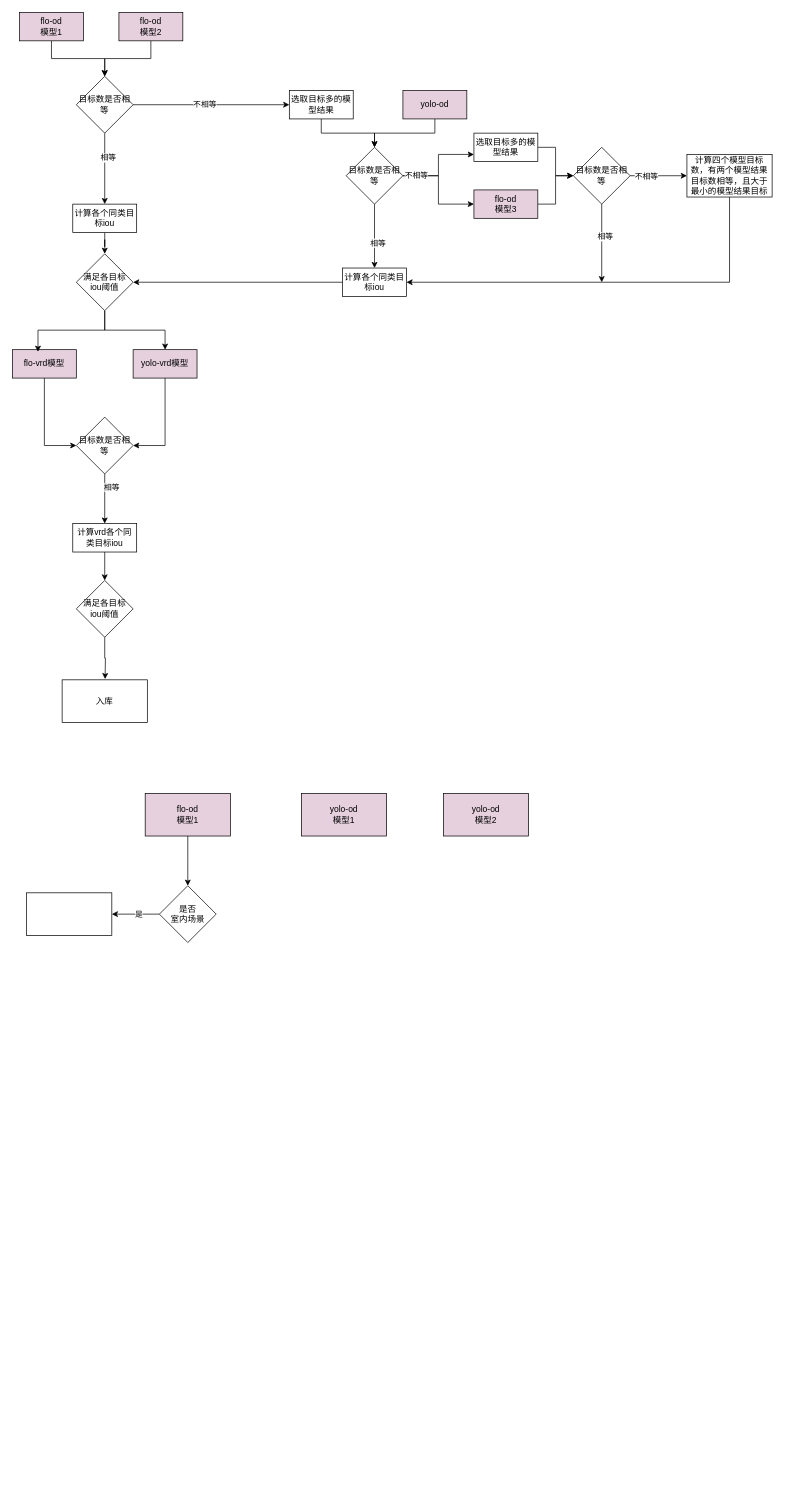
xiazi-yu/triton-server-read keeps this draw.io diagram as 标注工具.drawio. Above is the earlier version. Source tidied: cells renumbered, new cells numbered last; positions are measured from the earlier drawing's top-left corner, leaving out a move shared by most shapes. Both pictures are drawn from the tidied source at 71%, with x=0, y=0 at pixel (12, 12).
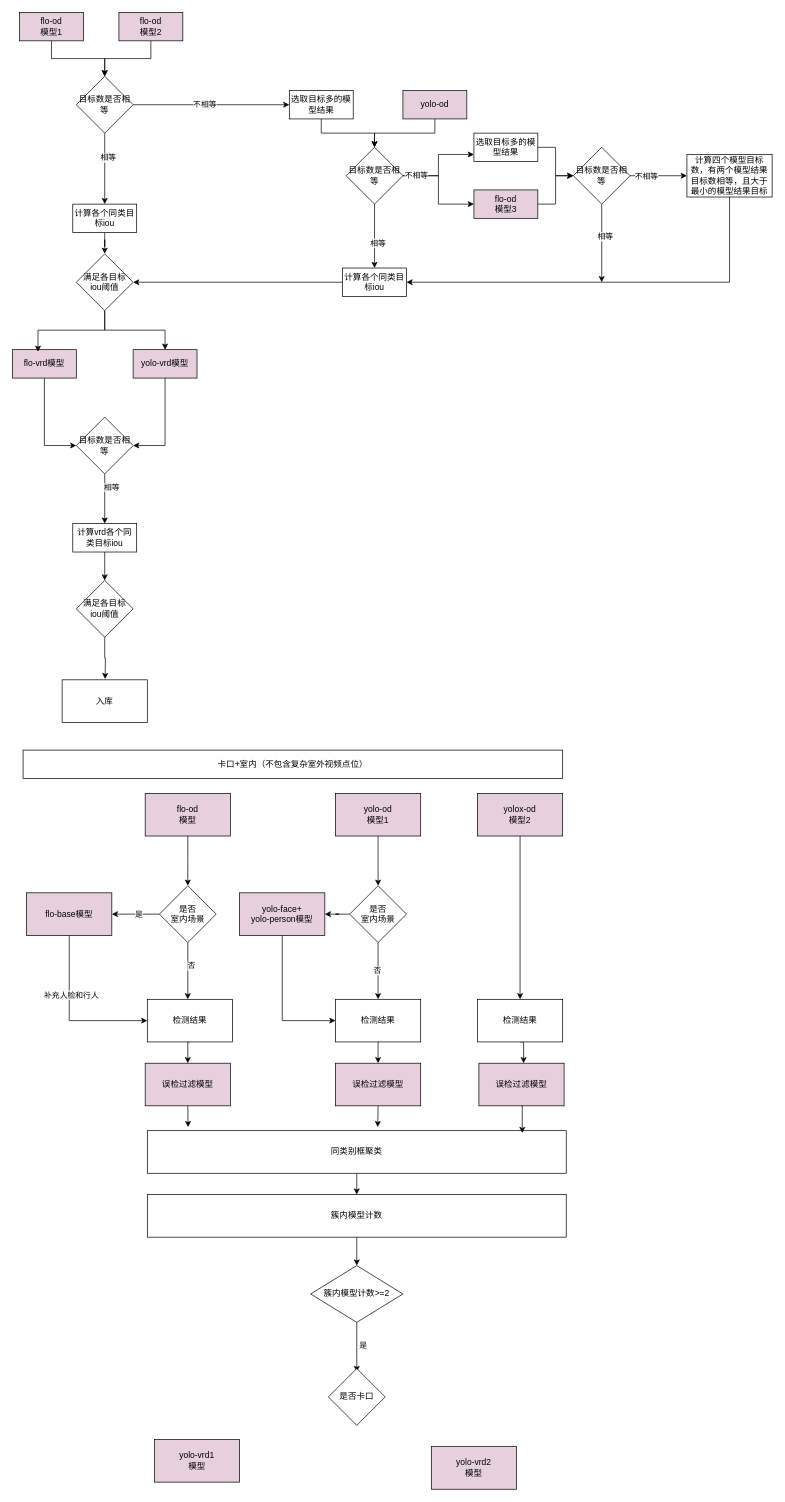
The same page after the edit.

Commit message (it also covers changes not shown here):
更新标注工具.drawio

Unchanged cells that the change refers to:
```xml
<mxCell id="57" value="是否&lt;div&gt;室内场景&lt;/div&gt;" style="rhombus;whiteSpace=wrap;html=1;" parent="1" vertex="1">
  <mxGeometry x="207" y="1230" width="80" height="80" as="geometry" />
</mxCell>
```

What changed in the source:
```diff
@@
-    <mxCell id="52" value="flo-od&lt;div&gt;模型1&lt;/div&gt;" style="rounded=0;whiteSpace=wrap;html=1;fillColor=#E6D0DE;" parent="1" vertex="1">
+    <mxCell id="52" value="flo-od&lt;div&gt;模型&lt;/div&gt;" style="rounded=0;whiteSpace=wrap;html=1;fillColor=#E6D0DE;" parent="1" vertex="1">
       <mxGeometry x="187" y="1100" width="120" height="60" as="geometry" />
     </mxCell>
+    <mxCell id="59" style="edgeStyle=orthogonalEdgeStyle;rounded=0;jettySize=auto;html=1;" parent="1" edge="1" source="53" target="72">
+      <mxGeometry relative="1" as="geometry" />
+    </mxCell>
     <mxCell id="53" value="yolo-od&lt;div&gt;模型1&lt;/div&gt;" style="rounded=0;whiteSpace=wrap;html=1;fillColor=#E6D0DE;" parent="1" vertex="1">
-      <mxGeometry x="407" y="1100" width="120" height="60" as="geometry" />
+      <mxGeometry x="455" y="1100" width="120" height="60" as="geometry" />
     </mxCell>
+    <mxCell id="60" style="edgeStyle=orthogonalEdgeStyle;rounded=0;jettySize=auto;html=1;exitX=0.5;exitY=1;exitDx=0;exitDy=0;entryX=0.5;entryY=0;entryDx=0;entryDy=0;" parent="1" edge="1" source="54" target="77">
+      <mxGeometry relative="1" as="geometry" />
+    </mxCell>
-    <mxCell id="54" value="yolo-od&lt;div&gt;模型2&lt;/div&gt;" style="rounded=0;whiteSpace=wrap;html=1;fillColor=#E6D0DE;" parent="1" vertex="1">
-      <mxGeometry x="607" y="1100" width="120" height="60" as="geometry" />
+    <mxCell id="54" value="yolox-od&lt;div&gt;模型2&lt;/div&gt;" style="rounded=0;whiteSpace=wrap;html=1;fillColor=#E6D0DE;" parent="1" vertex="1">
+      <mxGeometry x="655" y="1100" width="120" height="60" as="geometry" />
     </mxCell>
@@
+    <mxCell id="61" style="edgeStyle=orthogonalEdgeStyle;rounded=0;jettySize=auto;html=1;" parent="1" edge="1" source="57">
+      <mxGeometry relative="1" as="geometry">
+        <mxPoint x="247" y="1390" as="targetPoint" />
+      </mxGeometry>
+    </mxCell>
+    <mxCell id="62" value="否" style="edgeLabel;html=1;align=center;verticalAlign=middle;" parent="61" vertex="1">
+      <mxGeometry x="-0.21" y="4" relative="1" as="geometry" />
+    </mxCell>
@@
+    <mxCell id="63" style="edgeStyle=orthogonalEdgeStyle;rounded=0;jettySize=auto;html=1;exitX=0.5;exitY=1;exitDx=0;exitDy=0;entryX=0;entryY=0.5;entryDx=0;entryDy=0;" parent="1" edge="1" source="58" target="66">
+      <mxGeometry relative="1" as="geometry" />
+    </mxCell>
+    <mxCell id="64" value="补充人脸和行人" style="edgeLabel;html=1;align=center;verticalAlign=middle;" parent="63" vertex="1">
+      <mxGeometry x="-0.28" y="2" relative="1" as="geometry" />
+    </mxCell>
-    <mxCell id="58" style="rounded=0;whiteSpace=wrap;html=1;" parent="1" vertex="1">
+    <mxCell id="58" value="flo-base模型" style="rounded=0;whiteSpace=wrap;html=1;fillColor=#E6D0DE;" parent="1" vertex="1">
       <mxGeometry x="20" y="1240" width="120" height="60" as="geometry" />
     </mxCell>
+    <mxCell id="65" style="edgeStyle=orthogonalEdgeStyle;rounded=0;jettySize=auto;html=1;exitX=0.5;exitY=1;exitDx=0;exitDy=0;entryX=0.5;entryY=0;entryDx=0;entryDy=0;" parent="1" edge="1" source="66" target="88">
+      <mxGeometry relative="1" as="geometry" />
+    </mxCell>
+    <mxCell id="66" value="检测结果" style="rounded=0;whiteSpace=wrap;html=1;" parent="1" vertex="1">
+      <mxGeometry x="190" y="1390" width="120" height="60" as="geometry" />
+    </mxCell>
+    <mxCell id="67" style="edgeStyle=orthogonalEdgeStyle;rounded=0;jettySize=auto;html=1;exitX=0.5;exitY=1;exitDx=0;exitDy=0;entryX=0.5;entryY=0;entryDx=0;entryDy=0;" parent="1" edge="1" source="68" target="90">
+      <mxGeometry relative="1" as="geometry" />
+    </mxCell>
+    <mxCell id="68" value="检测结果" style="rounded=0;whiteSpace=wrap;html=1;" parent="1" vertex="1">
+      <mxGeometry x="455" y="1390" width="120" height="60" as="geometry" />
+    </mxCell>
+    <mxCell id="69" style="edgeStyle=orthogonalEdgeStyle;rounded=0;jettySize=auto;html=1;" parent="1" edge="1" source="72" target="74">
+      <mxGeometry relative="1" as="geometry" />
+    </mxCell>
+    <mxCell id="70" style="edgeStyle=orthogonalEdgeStyle;rounded=0;jettySize=auto;html=1;" parent="1" edge="1" source="72" target="68">
+      <mxGeometry relative="1" as="geometry" />
+    </mxCell>
+    <mxCell id="71" value="否" style="edgeLabel;html=1;align=center;verticalAlign=middle;" parent="70" vertex="1">
+      <mxGeometry x="-0.03" y="-2" relative="1" as="geometry" />
+    </mxCell>
+    <mxCell id="72" value="是否&lt;div&gt;室内场景&lt;/div&gt;" style="rhombus;whiteSpace=wrap;html=1;" parent="1" vertex="1">
+      <mxGeometry x="475" y="1230" width="80" height="80" as="geometry" />
+    </mxCell>
+    <mxCell id="73" style="edgeStyle=orthogonalEdgeStyle;rounded=0;jettySize=auto;html=1;exitX=0.5;exitY=1;exitDx=0;exitDy=0;entryX=0;entryY=0.5;entryDx=0;entryDy=0;" parent="1" edge="1" source="74" target="68">
+      <mxGeometry relative="1" as="geometry" />
+    </mxCell>
+    <mxCell id="74" value="yolo-face+&lt;div&gt;yolo-person模型&lt;/div&gt;" style="rounded=0;whiteSpace=wrap;html=1;fillColor=#E6D0DE;" parent="1" vertex="1">
+      <mxGeometry x="320" y="1240" width="120" height="60" as="geometry" />
+    </mxCell>
+    <mxCell id="75" value="卡口+室内（不包含复杂室外视频点位）" style="rounded=0;whiteSpace=wrap;html=1;" parent="1" vertex="1">
+      <mxGeometry x="15" y="1039" width="760" height="40" as="geometry" />
+    </mxCell>
+    <mxCell id="76" style="edgeStyle=orthogonalEdgeStyle;rounded=0;jettySize=auto;html=1;exitX=0.5;exitY=1;exitDx=0;exitDy=0;" parent="1" edge="1" source="77">
+      <mxGeometry relative="1" as="geometry">
+        <mxPoint x="720" y="1480" as="targetPoint" />
+      </mxGeometry>
+    </mxCell>
+    <mxCell id="77" value="检测结果" style="rounded=0;whiteSpace=wrap;html=1;" parent="1" vertex="1">
+      <mxGeometry x="655" y="1390" width="120" height="60" as="geometry" />
+    </mxCell>
+    <mxCell id="78" style="edgeStyle=orthogonalEdgeStyle;rounded=0;jettySize=auto;html=1;exitX=0.5;exitY=1;exitDx=0;exitDy=0;entryX=0.5;entryY=0;entryDx=0;entryDy=0;" parent="1" edge="1" source="79" target="81">
+      <mxGeometry relative="1" as="geometry" />
+    </mxCell>
+    <mxCell id="79" value="同类别框聚类" style="rounded=0;whiteSpace=wrap;html=1;" parent="1" vertex="1">
+      <mxGeometry x="190" y="1575" width="590" height="60" as="geometry" />
+    </mxCell>
+    <mxCell id="80" style="edgeStyle=orthogonalEdgeStyle;rounded=0;jettySize=auto;html=1;" parent="1" edge="1" source="81" target="84">
+      <mxGeometry relative="1" as="geometry" />
+    </mxCell>
+    <mxCell id="81" value="簇内模型计数" style="rounded=0;whiteSpace=wrap;html=1;" parent="1" vertex="1">
+      <mxGeometry x="190" y="1665" width="590" height="60" as="geometry" />
+    </mxCell>
+    <mxCell id="82" style="edgeStyle=orthogonalEdgeStyle;rounded=0;jettySize=auto;html=1;" parent="1" edge="1" source="84">
+      <mxGeometry relative="1" as="geometry">
+        <mxPoint x="485" y="1915" as="targetPoint" />
+      </mxGeometry>
+    </mxCell>
+    <mxCell id="83" value="是" style="edgeLabel;html=1;align=center;verticalAlign=middle;" parent="82" vertex="1">
+      <mxGeometry x="-0.11" y="8" relative="1" as="geometry" />
+    </mxCell>
+    <mxCell id="84" value="簇内模型计数&amp;gt;=2" style="rhombus;whiteSpace=wrap;html=1;" parent="1" vertex="1">
+      <mxGeometry x="420" y="1765" width="130" height="80" as="geometry" />
+    </mxCell>
+    <mxCell id="85" value="yolo-vrd1&lt;div&gt;模型&lt;/div&gt;" style="rounded=0;whiteSpace=wrap;html=1;fillColor=#E6D0DE;" parent="1" vertex="1">
+      <mxGeometry x="200" y="2010" width="120" height="60" as="geometry" />
+    </mxCell>
+    <mxCell id="86" value="yolo-vrd2&lt;div&gt;模型&lt;/div&gt;" style="rounded=0;whiteSpace=wrap;html=1;fillColor=#E6D0DE;" parent="1" vertex="1">
+      <mxGeometry x="590" y="2020" width="120" height="60" as="geometry" />
+    </mxCell>
+    <mxCell id="87" style="edgeStyle=orthogonalEdgeStyle;rounded=0;jettySize=auto;html=1;exitX=0.5;exitY=1;exitDx=0;exitDy=0;" parent="1" edge="1" source="88">
+      <mxGeometry relative="1" as="geometry">
+        <mxPoint x="247.5" y="1570" as="targetPoint" />
+      </mxGeometry>
+    </mxCell>
+    <mxCell id="88" value="误检过滤模型" style="rounded=0;whiteSpace=wrap;html=1;fillColor=#E6D0DE;" parent="1" vertex="1">
+      <mxGeometry x="187" y="1480" width="120" height="60" as="geometry" />
+    </mxCell>
+    <mxCell id="89" style="edgeStyle=orthogonalEdgeStyle;rounded=0;jettySize=auto;html=1;exitX=0.5;exitY=1;exitDx=0;exitDy=0;" parent="1" edge="1" source="90">
+      <mxGeometry relative="1" as="geometry">
+        <mxPoint x="514.5" y="1570" as="targetPoint" />
+      </mxGeometry>
+    </mxCell>
+    <mxCell id="90" value="误检过滤模型" style="rounded=0;whiteSpace=wrap;html=1;fillColor=#E6D0DE;" parent="1" vertex="1">
+      <mxGeometry x="455" y="1480" width="120" height="60" as="geometry" />
+    </mxCell>
+    <mxCell id="91" value="误检过滤模型" style="rounded=0;whiteSpace=wrap;html=1;fillColor=#E6D0DE;" parent="1" vertex="1">
+      <mxGeometry x="657" y="1480" width="120" height="60" as="geometry" />
+    </mxCell>
+    <mxCell id="92" style="edgeStyle=orthogonalEdgeStyle;rounded=0;jettySize=auto;html=1;exitX=0.5;exitY=1;exitDx=0;exitDy=0;entryX=0.895;entryY=0.056;entryDx=0;entryDy=0;entryPerimeter=0;" parent="1" edge="1" source="91" target="79">
+      <mxGeometry relative="1" as="geometry" />
+    </mxCell>
+    <mxCell id="93" value="是否卡口" style="rhombus;whiteSpace=wrap;html=1;" parent="1" vertex="1">
+      <mxGeometry x="445" y="1910" width="80" height="80" as="geometry" />
+    </mxCell>
```
